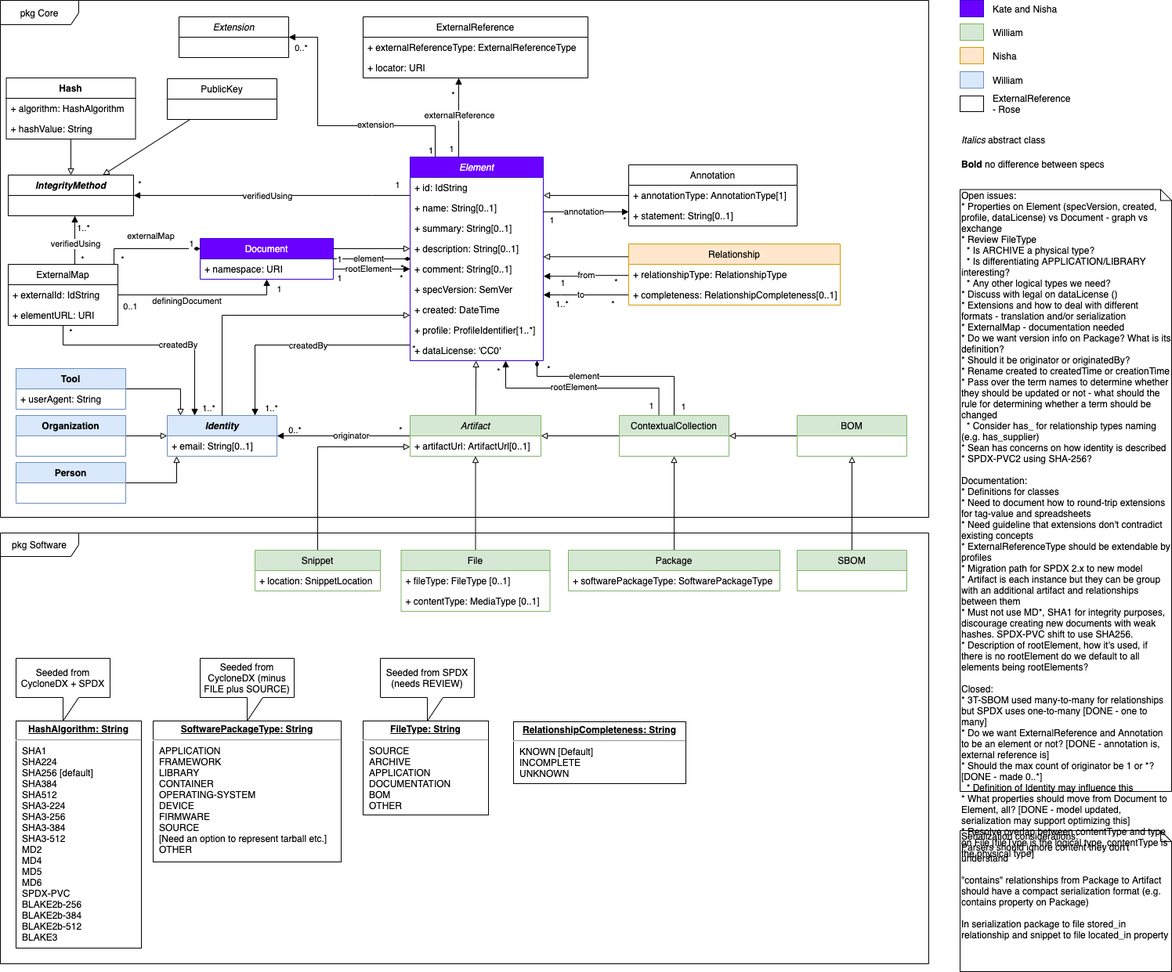
Above: tech/Model.png in spdx/meetings (draw.io), before the change. Source tidied: cells renumbered, new cells last; positions are measured from the earlier drawing's top-left corner, leaving out a move shared by most shapes.
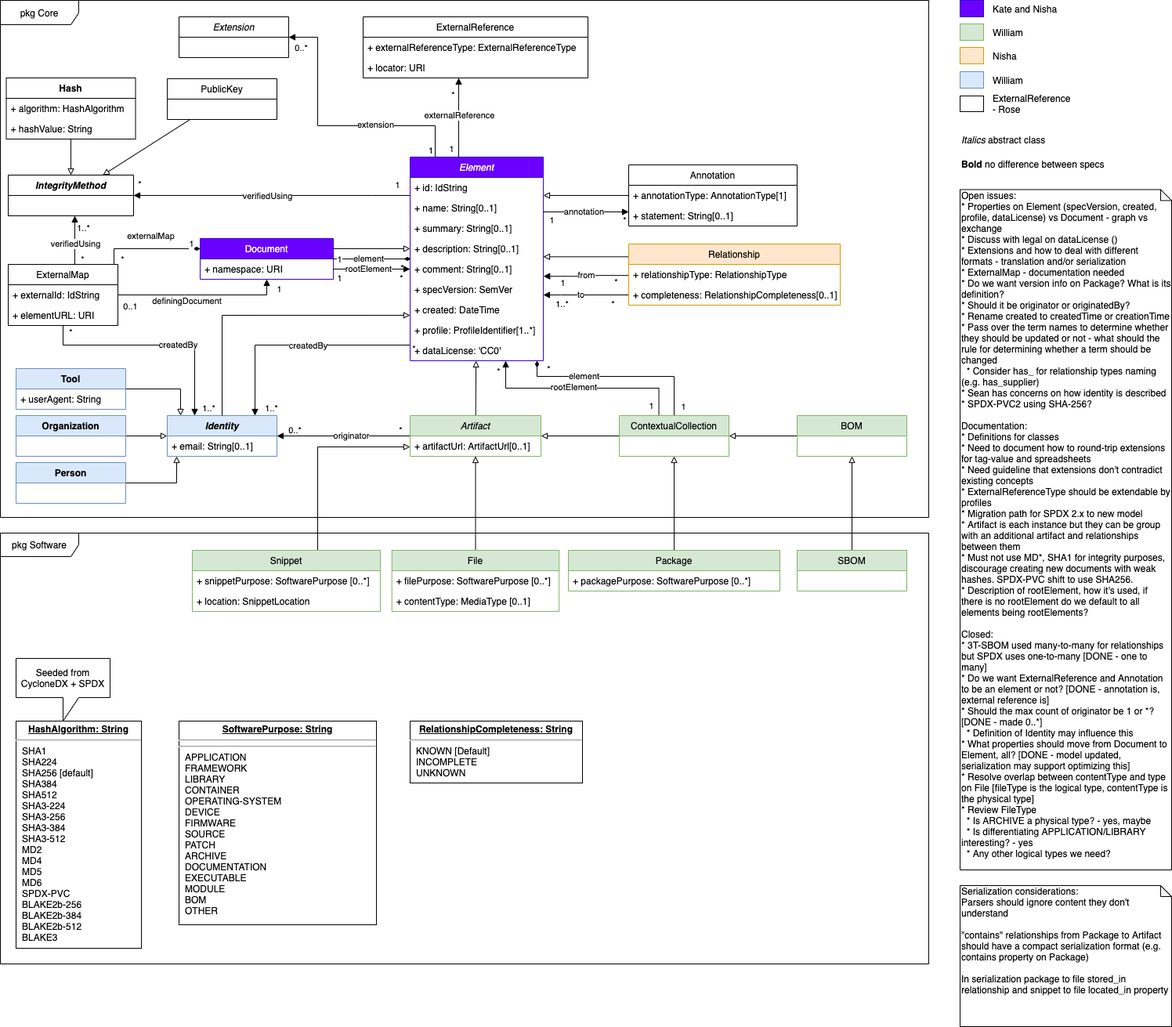
Later version of the same file.

Commit message:
Tech meeting 2021-07-27

* Merged file type and package type into software purpose
* Renamed fileType to filePurpose and packageType to packagePurpose
* Made filePurpose and packagePurpose 0..* instead of 0..1
* Added snippetPurpose

The edit, as a diff of the source:
```diff
@@ -188,11 +188,14 @@
       <mxGeometry x="790" y="530" width="140" height="52" as="geometry" />
     </mxCell>
     <mxCell id="40" value="Snippet" style="swimlane;fontStyle=0;horizontal=1;startSize=26;fillColor=#d5e8d4;strokeColor=#82b366;" parent="1" vertex="1">
-      <mxGeometry x="325" y="702" width="160" height="52" as="geometry" />
+      <mxGeometry x="245" y="702" width="240" height="78" as="geometry" />
     </mxCell>
-    <mxCell id="41" value="+ location: SnippetLocation" style="text;strokeColor=none;fillColor=none;align=left;verticalAlign=top;spacingLeft=4;spacingRight=4;overflow=hidden;" parent="40" vertex="1">
-      <mxGeometry y="26" width="160" height="26" as="geometry" />
+    <mxCell id="41" value="+ snippetPurpose: SoftwarePurpose [0..*]" style="text;strokeColor=none;fillColor=none;align=left;verticalAlign=top;spacingLeft=4;spacingRight=4;overflow=hidden;" parent="40" vertex="1">
+      <mxGeometry y="26" width="240" height="26" as="geometry" />
     </mxCell>
+    <mxCell id="151" value="+ location: SnippetLocation" style="text;strokeColor=none;fillColor=none;align=left;verticalAlign=top;spacingLeft=4;spacingRight=4;overflow=hidden;" parent="40" vertex="1">
+      <mxGeometry y="52" width="240" height="26" as="geometry" />
+    </mxCell>
     <mxCell id="42" value="Tool" style="swimlane;fontStyle=1;horizontal=1;startSize=26;fillColor=#dae8fc;strokeColor=#6c8ebf;" parent="1" vertex="1">
       <mxGeometry x="20" y="470" width="140" height="52" as="geometry" />
     </mxCell>
@@ -251,7 +254,7 @@
       <mxGeometry y="52" width="270" height="26" as="geometry" />
     </mxCell>
     <mxCell id="57" value="Serialization considerations:&lt;br&gt;Parsers should ignore content they don't understand&lt;br&gt;&lt;br&gt;&quot;contains&quot; relationships from Package to Artifact should have a compact serialization format (e.g. contains property on Package)&lt;br&gt;&lt;br&gt;In serialization package to file stored_in relationship and snippet to file located_in property" style="shape=note;whiteSpace=wrap;html=1;size=14;verticalAlign=top;align=left;spacingTop=-6;" parent="1" vertex="1">
-      <mxGeometry x="1225" y="1060" width="270" height="180" as="geometry" />
+      <mxGeometry x="1225" y="1130" width="270" height="180" as="geometry" />
     </mxCell>
     <mxCell id="58" value="Element" style="swimlane;fontStyle=2;horizontal=1;startSize=26;fillColor=#6a00ff;strokeColor=#3700CC;fontColor=#ffffff;" parent="1" vertex="1">
       <mxGeometry x="523" y="200" width="170" height="260" as="geometry" />
@@ -284,13 +287,13 @@
       <mxGeometry y="234" width="170" height="26" as="geometry" />
     </mxCell>
     <mxCell id="68" value="File" style="swimlane;fontStyle=0;horizontal=1;startSize=26;fillColor=#d5e8d4;strokeColor=#82b366;" parent="1" vertex="1">
-      <mxGeometry x="511.5" y="702" width="190" height="78" as="geometry" />
+      <mxGeometry x="499.8" y="702" width="213.5" height="78" as="geometry" />
     </mxCell>
-    <mxCell id="69" value="+ fileType: FileType [0..1]" style="text;strokeColor=none;fillColor=none;align=left;verticalAlign=top;spacingLeft=4;spacingRight=4;overflow=hidden;" parent="68" vertex="1">
-      <mxGeometry y="26" width="190" height="26" as="geometry" />
+    <mxCell id="69" value="+ filePurpose: SoftwarePurpose [0..*]" style="text;strokeColor=none;fillColor=none;align=left;verticalAlign=top;spacingLeft=4;spacingRight=4;overflow=hidden;" parent="68" vertex="1">
+      <mxGeometry y="26" width="213.5" height="26" as="geometry" />
     </mxCell>
     <mxCell id="70" value="+ contentType: MediaType [0..1]" style="text;strokeColor=none;fillColor=none;align=left;verticalAlign=top;spacingLeft=4;spacingRight=4;overflow=hidden;" parent="68" vertex="1">
-      <mxGeometry y="52" width="190" height="26" as="geometry" />
+      <mxGeometry y="52" width="213.5" height="26" as="geometry" />
     </mxCell>
     <mxCell id="71" value="Extension" style="swimlane;fontStyle=2;horizontal=1;startSize=26;fillColor=none;" parent="1" vertex="1">
       <mxGeometry x="228" y="21" width="140" height="52" as="geometry" />
@@ -330,18 +333,6 @@
     <mxCell id="79" value="&lt;p style=&quot;margin: 0px ; margin-top: 4px ; text-align: center ; text-decoration: underline&quot;&gt;&lt;b&gt;HashAlgorithm: String&lt;/b&gt;&lt;/p&gt;&lt;hr&gt;&lt;p style=&quot;margin: 0px ; margin-left: 8px&quot;&gt;SHA1&lt;/p&gt;&lt;p style=&quot;margin: 0px ; margin-left: 8px&quot;&gt;SHA224&lt;/p&gt;&lt;p style=&quot;margin: 0px ; margin-left: 8px&quot;&gt;SHA256 [default]&lt;/p&gt;&lt;p style=&quot;margin: 0px ; margin-left: 8px&quot;&gt;SHA384&lt;/p&gt;&lt;p style=&quot;margin: 0px ; margin-left: 8px&quot;&gt;SHA512&lt;/p&gt;&lt;p style=&quot;margin: 0px ; margin-left: 8px&quot;&gt;SHA3-224&lt;/p&gt;&lt;p style=&quot;margin: 0px ; margin-left: 8px&quot;&gt;SHA3-256&lt;/p&gt;&lt;p style=&quot;margin: 0px ; margin-left: 8px&quot;&gt;SHA3-384&lt;/p&gt;&lt;p style=&quot;margin: 0px ; margin-left: 8px&quot;&gt;SHA3-512&lt;/p&gt;&lt;p style=&quot;margin: 0px ; margin-left: 8px&quot;&gt;MD2&lt;/p&gt;&lt;p style=&quot;margin: 0px ; margin-left: 8px&quot;&gt;MD4&lt;/p&gt;&lt;p style=&quot;margin: 0px ; margin-left: 8px&quot;&gt;MD5&lt;/p&gt;&lt;p style=&quot;margin: 0px ; margin-left: 8px&quot;&gt;MD6&lt;/p&gt;&lt;p style=&quot;margin: 0px ; margin-left: 8px&quot;&gt;SPDX-PVC&lt;/p&gt;&lt;p style=&quot;margin: 0px ; margin-left: 8px&quot;&gt;BLAKE2b-256&lt;/p&gt;&lt;p style=&quot;margin: 0px ; margin-left: 8px&quot;&gt;BLAKE2b-384&lt;/p&gt;&lt;p style=&quot;margin: 0px ; margin-left: 8px&quot;&gt;BLAKE2b-512&lt;/p&gt;&lt;p style=&quot;margin: 0px ; margin-left: 8px&quot;&gt;BLAKE3&lt;/p&gt;" style="verticalAlign=top;align=left;overflow=fill;fontSize=12;fontFamily=Helvetica;html=1;" parent="1" vertex="1">
       <mxGeometry x="20" y="920" width="160" height="290" as="geometry" />
     </mxCell>
-    <mxCell id="80" value="&lt;p style=&quot;margin: 0px ; margin-top: 4px ; text-align: center ; text-decoration: underline&quot;&gt;&lt;b&gt;SoftwarePackageType: String&lt;/b&gt;&lt;/p&gt;&lt;hr&gt;&lt;p style=&quot;margin: 0px ; margin-left: 8px&quot;&gt;APPLICATION&lt;/p&gt;&lt;p style=&quot;margin: 0px ; margin-left: 8px&quot;&gt;FRAMEWORK&lt;/p&gt;&lt;p style=&quot;margin: 0px ; margin-left: 8px&quot;&gt;LIBRARY&lt;/p&gt;&lt;p style=&quot;margin: 0px ; margin-left: 8px&quot;&gt;CONTAINER&lt;/p&gt;&lt;p style=&quot;margin: 0px ; margin-left: 8px&quot;&gt;OPERATING-SYSTEM&lt;/p&gt;&lt;p style=&quot;margin: 0px ; margin-left: 8px&quot;&gt;DEVICE&lt;/p&gt;&lt;p style=&quot;margin: 0px ; margin-left: 8px&quot;&gt;FIRMWARE&lt;/p&gt;&lt;p style=&quot;margin: 0px ; margin-left: 8px&quot;&gt;SOURCE&lt;/p&gt;&lt;p style=&quot;margin: 0px ; margin-left: 8px&quot;&gt;[Need an option to represent tarball etc.]&lt;/p&gt;&lt;p style=&quot;margin: 0px ; margin-left: 8px&quot;&gt;OTHER&lt;/p&gt;" style="verticalAlign=top;align=left;overflow=fill;fontSize=12;fontFamily=Helvetica;html=1;" parent="1" vertex="1">
-      <mxGeometry x="195" y="920" width="240" height="180" as="geometry" />
-    </mxCell>
-    <mxCell id="81" value="&lt;p style=&quot;margin: 0px ; margin-top: 4px ; text-align: center ; text-decoration: underline&quot;&gt;&lt;b&gt;FileType: String&lt;/b&gt;&lt;/p&gt;&lt;hr&gt;&lt;p style=&quot;margin: 0px ; margin-left: 8px&quot;&gt;SOURCE&lt;/p&gt;&lt;p style=&quot;margin: 0px ; margin-left: 8px&quot;&gt;ARCHIVE&lt;/p&gt;&lt;p style=&quot;margin: 0px ; margin-left: 8px&quot;&gt;APPLICATION&lt;/p&gt;&lt;p style=&quot;margin: 0px ; margin-left: 8px&quot;&gt;DOCUMENTATION&lt;/p&gt;&lt;p style=&quot;margin: 0px ; margin-left: 8px&quot;&gt;BOM&lt;/p&gt;&lt;p style=&quot;margin: 0px ; margin-left: 8px&quot;&gt;OTHER&lt;/p&gt;" style="verticalAlign=top;align=left;overflow=fill;fontSize=12;fontFamily=Helvetica;html=1;" parent="1" vertex="1">
-      <mxGeometry x="463" y="920" width="160" height="120" as="geometry" />
-    </mxCell>
-    <mxCell id="82" value="Seeded from CycloneDX (minus FILE plus SOURCE)" style="shape=callout;whiteSpace=wrap;html=1;perimeter=calloutPerimeter;" parent="1" vertex="1">
-      <mxGeometry x="255" y="840" width="120" height="80" as="geometry" />
-    </mxCell>
-    <mxCell id="83" value="Seeded from SPDX (needs REVIEW)" style="shape=callout;whiteSpace=wrap;html=1;perimeter=calloutPerimeter;" parent="1" vertex="1">
-      <mxGeometry x="485" y="840" width="120" height="80" as="geometry" />
-    </mxCell>
     <mxCell id="84" value="Seeded from CycloneDX + SPDX" style="shape=callout;whiteSpace=wrap;html=1;perimeter=calloutPerimeter;" parent="1" vertex="1">
       <mxGeometry x="20" y="840" width="120" height="80" as="geometry" />
     </mxCell>
@@ -408,11 +399,11 @@
     <mxCell id="105" value="Package" style="swimlane;fontStyle=0;horizontal=1;startSize=26;fillColor=#d5e8d4;strokeColor=#82b366;" parent="1" vertex="1">
       <mxGeometry x="725" y="702" width="270" height="52" as="geometry" />
     </mxCell>
-    <mxCell id="106" value="+ softwarePackageType: SoftwarePackageType" style="text;strokeColor=none;fillColor=none;align=left;verticalAlign=top;spacingLeft=4;spacingRight=4;overflow=hidden;" parent="105" vertex="1">
+    <mxCell id="106" value="+ packagePurpose: SoftwarePurpose [0..*]" style="text;strokeColor=none;fillColor=none;align=left;verticalAlign=top;spacingLeft=4;spacingRight=4;overflow=hidden;" parent="105" vertex="1">
       <mxGeometry y="26" width="270" height="26" as="geometry" />
     </mxCell>
-    <mxCell id="107" value="Open issues:&lt;br&gt;* Properties on Element (specVersion, created, profile, dataLicense) vs Document - graph vs exchange&lt;br&gt;* Review FileType&lt;br&gt;&amp;nbsp; * Is ARCHIVE a physical type?&lt;br&gt;&amp;nbsp; * Is differentiating APPLICATION/LIBRARY interesting?&lt;br&gt;&amp;nbsp; * Any other logical types we need?&lt;br&gt;* Discuss with legal on dataLicense ()&lt;br&gt;* Extensions and how to deal with different formats - translation and/or serialization&lt;br&gt;* ExternalMap - documentation needed&lt;br&gt;* Do we want version info on Package? What is its definition?&lt;br&gt;* Should it be originator or originatedBy?&lt;br&gt;* Rename created to createdTime or creationTime&lt;br&gt;* Pass over the term names to determine whether they should be updated or not - what should the rule for determining whether a term should be changed&lt;br&gt;&amp;nbsp; * Consider has_ for relationship types naming (e.g. has_supplier)&lt;br&gt;* Sean has concerns on how identity is described&lt;br&gt;* SPDX-PVC2 using SHA-256?&lt;br&gt;&lt;br&gt;Documentation:&lt;br&gt;* Definitions for classes&lt;br&gt;* Need to document how to round-trip extensions for tag-value and spreadsheets&lt;br&gt;* Need guideline that extensions don't contradict existing concepts&lt;br&gt;* ExternalReferenceType should be extendable by profiles&lt;br&gt;* Migration path for SPDX 2.x to new model&lt;br&gt;* Artifact is each instance but they can be group with an additional artifact and relationships between them&lt;br&gt;* Must not use MD*, SHA1 for integrity purposes, discourage creating new documents with weak hashes. SPDX-PVC shift to use SHA256.&lt;br&gt;* Description of rootElement, how it's used, if there is no rootElement do we default to all elements being rootElements?&lt;br&gt;&lt;br&gt;Closed:&lt;br&gt;* 3T-SBOM used many-to-many for relationships but SPDX uses one-to-many [DONE - one to many]&lt;br&gt;* Do we want ExternalReference and Annotation to be an element or not? [DONE - annotation is, external reference is]&lt;br&gt;* Should the max count of originator be 1 or *? [DONE - made 0..*]&lt;br&gt;&amp;nbsp; * Definition of Identity may influence this&lt;br&gt;* What properties should move from Document to Element, all? [DONE - model updated, serialization may support optimizing this]&lt;br&gt;* Resolve overlap between contentType and type on File [fileType is the logical type, contentType is the physical type]" style="shape=note;whiteSpace=wrap;html=1;size=14;verticalAlign=top;align=left;spacingTop=-6;" parent="1" vertex="1">
-      <mxGeometry x="1225" y="241.5" width="270" height="768.5" as="geometry" />
+    <mxCell id="107" value="Open issues:&lt;br&gt;* Properties on Element (specVersion, created, profile, dataLicense) vs Document - graph vs exchange&lt;br&gt;* Discuss with legal on dataLicense ()&lt;br&gt;* Extensions and how to deal with different formats - translation and/or serialization&lt;br&gt;* ExternalMap - documentation needed&lt;br&gt;* Do we want version info on Package? What is its definition?&lt;br&gt;* Should it be originator or originatedBy?&lt;br&gt;* Rename created to createdTime or creationTime&lt;br&gt;* Pass over the term names to determine whether they should be updated or not - what should the rule for determining whether a term should be changed&lt;br&gt;&amp;nbsp; * Consider has_ for relationship types naming (e.g. has_supplier)&lt;br&gt;* Sean has concerns on how identity is described&lt;br&gt;* SPDX-PVC2 using SHA-256?&lt;br&gt;&lt;br&gt;Documentation:&lt;br&gt;* Definitions for classes&lt;br&gt;* Need to document how to round-trip extensions for tag-value and spreadsheets&lt;br&gt;* Need guideline that extensions don't contradict existing concepts&lt;br&gt;* ExternalReferenceType should be extendable by profiles&lt;br&gt;* Migration path for SPDX 2.x to new model&lt;br&gt;* Artifact is each instance but they can be group with an additional artifact and relationships between them&lt;br&gt;* Must not use MD*, SHA1 for integrity purposes, discourage creating new documents with weak hashes. SPDX-PVC shift to use SHA256.&lt;br&gt;* Description of rootElement, how it's used, if there is no rootElement do we default to all elements being rootElements?&lt;br&gt;&lt;br&gt;Closed:&lt;br&gt;* 3T-SBOM used many-to-many for relationships but SPDX uses one-to-many [DONE - one to many]&lt;br&gt;* Do we want ExternalReference and Annotation to be an element or not? [DONE - annotation is, external reference is]&lt;br&gt;* Should the max count of originator be 1 or *? [DONE - made 0..*]&lt;br&gt;&amp;nbsp; * Definition of Identity may influence this&lt;br&gt;* What properties should move from Document to Element, all? [DONE - model updated, serialization may support optimizing this]&lt;br&gt;* Resolve overlap between contentType and type on File [fileType is the logical type, contentType is the physical type]&lt;br&gt;* Review FileType&lt;br&gt;&amp;nbsp; * Is ARCHIVE a physical type? - yes, maybe&lt;br&gt;&amp;nbsp; * Is differentiating APPLICATION/LIBRARY interesting? - yes&lt;br&gt;&amp;nbsp; * Any other logical types we need?" style="shape=note;whiteSpace=wrap;html=1;size=14;verticalAlign=top;align=left;spacingTop=-6;" parent="1" vertex="1">
+      <mxGeometry x="1225" y="241.5" width="270" height="868.5" as="geometry" />
     </mxCell>
     <mxCell id="108" style="edgeStyle=orthogonalEdgeStyle;rounded=0;jettySize=auto;html=1;endArrow=block;endFill=1;" parent="1" edge="1" source="58" target="112">
       <mxGeometry relative="1" as="geometry">
@@ -541,7 +532,7 @@
       <mxGeometry y="52" width="140" height="26" as="geometry" />
     </mxCell>
     <mxCell id="134" value="&lt;p style=&quot;margin: 0px ; margin-top: 4px ; text-align: center ; text-decoration: underline&quot;&gt;&lt;b&gt;RelationshipCompleteness: String&lt;/b&gt;&lt;/p&gt;&lt;hr&gt;&lt;p style=&quot;margin: 0px ; margin-left: 8px&quot;&gt;&lt;span&gt;KNOWN [Default]&lt;/span&gt;&lt;br&gt;&lt;/p&gt;&lt;p style=&quot;margin: 0px ; margin-left: 8px&quot;&gt;INCOMPLETE&lt;/p&gt;&lt;p style=&quot;margin: 0px 0px 0px 8px&quot;&gt;UNKNOWN&lt;br&gt;&lt;/p&gt;&lt;div&gt;&lt;br&gt;&lt;/div&gt;" style="verticalAlign=top;align=left;overflow=fill;fontSize=12;fontFamily=Helvetica;html=1;" parent="1" vertex="1">
-      <mxGeometry x="655" y="921" width="220" height="79" as="geometry" />
+      <mxGeometry x="523" y="920" width="220" height="79" as="geometry" />
     </mxCell>
     <mxCell id="135" style="edgeStyle=orthogonalEdgeStyle;rounded=0;jettySize=auto;html=1;endArrow=block;endFill=1;" parent="1" edge="1" source="131" target="90">
       <mxGeometry relative="1" as="geometry">
@@ -616,5 +607,8 @@
     <mxCell id="150" value="SBOM" style="swimlane;fontStyle=0;horizontal=1;startSize=26;fillColor=#d5e8d4;strokeColor=#82b366;" parent="1" vertex="1">
       <mxGeometry x="1017" y="702" width="140" height="52" as="geometry" />
     </mxCell>
+    <mxCell id="152" value="&lt;p style=&quot;margin: 0px ; margin-top: 4px ; text-align: center ; text-decoration: underline&quot;&gt;&lt;b&gt;SoftwarePurpose: String&lt;/b&gt;&lt;/p&gt;&lt;hr&gt;&lt;hr&gt;&lt;p style=&quot;margin: 0px 0px 0px 8px&quot;&gt;APPLICATION&lt;/p&gt;&lt;p style=&quot;margin: 0px 0px 0px 8px&quot;&gt;FRAMEWORK&lt;/p&gt;&lt;p style=&quot;margin: 0px 0px 0px 8px&quot;&gt;LIBRARY&lt;/p&gt;&lt;p style=&quot;margin: 0px 0px 0px 8px&quot;&gt;CONTAINER&lt;/p&gt;&lt;p style=&quot;margin: 0px 0px 0px 8px&quot;&gt;OPERATING-SYSTEM&lt;/p&gt;&lt;p style=&quot;margin: 0px 0px 0px 8px&quot;&gt;DEVICE&lt;/p&gt;&lt;p style=&quot;margin: 0px 0px 0px 8px&quot;&gt;FIRMWARE&lt;/p&gt;&lt;p style=&quot;margin: 0px 0px 0px 8px&quot;&gt;SOURCE&lt;/p&gt;&lt;p style=&quot;margin: 0px 0px 0px 8px&quot;&gt;&lt;span&gt;PATCH&lt;/span&gt;&lt;br&gt;&lt;/p&gt;&lt;p style=&quot;margin: 0px ; margin-left: 8px&quot;&gt;ARCHIVE&lt;/p&gt;&lt;p style=&quot;margin: 0px ; margin-left: 8px&quot;&gt;&lt;span&gt;DOCUMENTATION&lt;/span&gt;&lt;br&gt;&lt;/p&gt;&lt;p style=&quot;margin: 0px ; margin-left: 8px&quot;&gt;EXECUTABLE&lt;/p&gt;&lt;p style=&quot;margin: 0px ; margin-left: 8px&quot;&gt;&lt;span&gt;MODULE&lt;/span&gt;&lt;br&gt;&lt;/p&gt;&lt;p style=&quot;margin: 0px ; margin-left: 8px&quot;&gt;BOM&lt;/p&gt;&lt;p style=&quot;margin: 0px ; margin-left: 8px&quot;&gt;OTHER&lt;/p&gt;" style="verticalAlign=top;align=left;overflow=fill;fontSize=12;fontFamily=Helvetica;html=1;" parent="1" vertex="1">
+      <mxGeometry x="228" y="920" width="252" height="260" as="geometry" />
+    </mxCell>
   </root>
 </mxGraphModel>
```
